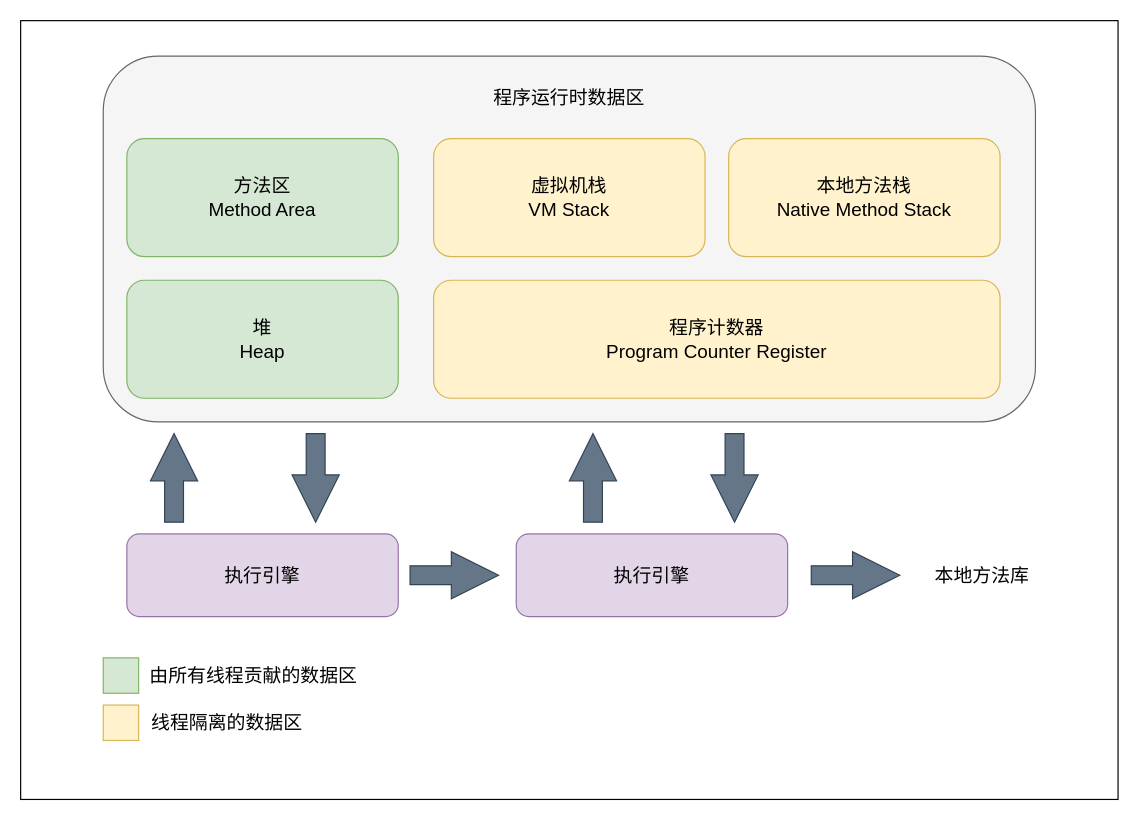
Above: diagrams_repo/java/JVM自动内存管理机制.drawio in manlinghun/learnnote (draw.io), before the change. Source tidied: cells renumbered, new cells numbered last; positions are measured from the earlier drawing's top-left corner, leaving out a move shared by most shapes. Both pictures are drawn from the tidied source at 118%, with x=0, y=0 at pixel (20, 20).
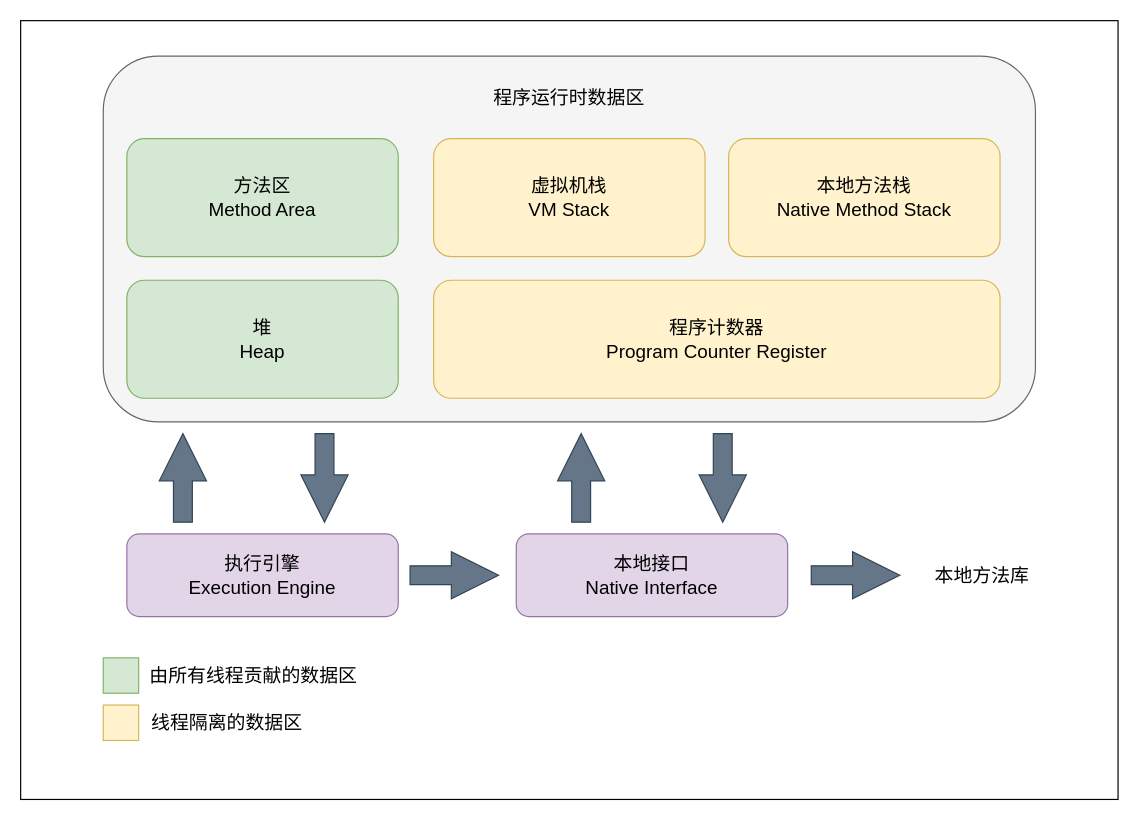
The same page after the edit.

Diff of the diagram source:
```diff
@@
-    <mxCell id="14" value="执行引擎" style="rounded=1;whiteSpace=wrap;html=1;fontSize=16;fillColor=#e1d5e7;strokeColor=#9673a6;" parent="1" vertex="1">
+    <mxCell id="14" value="执行引擎&lt;br&gt;Execution Engine" style="rounded=1;whiteSpace=wrap;html=1;fontSize=16;fillColor=#e1d5e7;strokeColor=#9673a6;" parent="1" vertex="1">
       <mxGeometry x="90" y="435" width="230" height="70" as="geometry" />
     </mxCell>
-    <mxCell id="15" value="执行引擎" style="rounded=1;whiteSpace=wrap;html=1;fontSize=16;fillColor=#e1d5e7;strokeColor=#9673a6;" parent="1" vertex="1">
+    <mxCell id="15" value="本地接口&lt;br&gt;Native Interface" style="rounded=1;whiteSpace=wrap;html=1;fontSize=16;fillColor=#e1d5e7;strokeColor=#9673a6;" parent="1" vertex="1">
       <mxGeometry x="420" y="435" width="230" height="70" as="geometry" />
     </mxCell>
     <mxCell id="16" style="html=1;shadow=0;dashed=0;align=center;verticalAlign=middle;shape=mxgraph.arrows2.arrow;dy=0.6;dx=40;direction=north;notch=0;fontSize=16;fillColor=#647687;fontColor=#ffffff;strokeColor=#314354;" parent="1" vertex="1">
-      <mxGeometry x="110" y="350" width="40" height="75" as="geometry" />
+      <mxGeometry x="117.5" y="350" width="40" height="75" as="geometry" />
     </mxCell>
     <mxCell id="17" style="html=1;shadow=0;dashed=0;align=center;verticalAlign=middle;shape=mxgraph.arrows2.arrow;dy=0.6;dx=40;direction=north;notch=0;fontSize=16;fillColor=#647687;fontColor=#ffffff;strokeColor=#314354;" parent="1" vertex="1">
-      <mxGeometry x="465" y="350" width="40" height="75" as="geometry" />
+      <mxGeometry x="455" y="350" width="40" height="75" as="geometry" />
     </mxCell>
     <mxCell id="18" style="html=1;shadow=0;dashed=0;align=center;verticalAlign=middle;shape=mxgraph.arrows2.arrow;dy=0.6;dx=40;direction=south;notch=0;fontSize=16;fillColor=#647687;fontColor=#ffffff;strokeColor=#314354;" parent="1" vertex="1">
-      <mxGeometry x="585" y="350" width="40" height="75" as="geometry" />
+      <mxGeometry x="575" y="350" width="40" height="75" as="geometry" />
     </mxCell>
     <mxCell id="19" style="html=1;shadow=0;dashed=0;align=center;verticalAlign=middle;shape=mxgraph.arrows2.arrow;dy=0.6;dx=40;direction=south;notch=0;fontSize=16;fillColor=#647687;fontColor=#ffffff;strokeColor=#314354;" parent="1" vertex="1">
-      <mxGeometry x="230" y="350" width="40" height="75" as="geometry" />
+      <mxGeometry x="237.5" y="350" width="40" height="75" as="geometry" />
     </mxCell>
```
